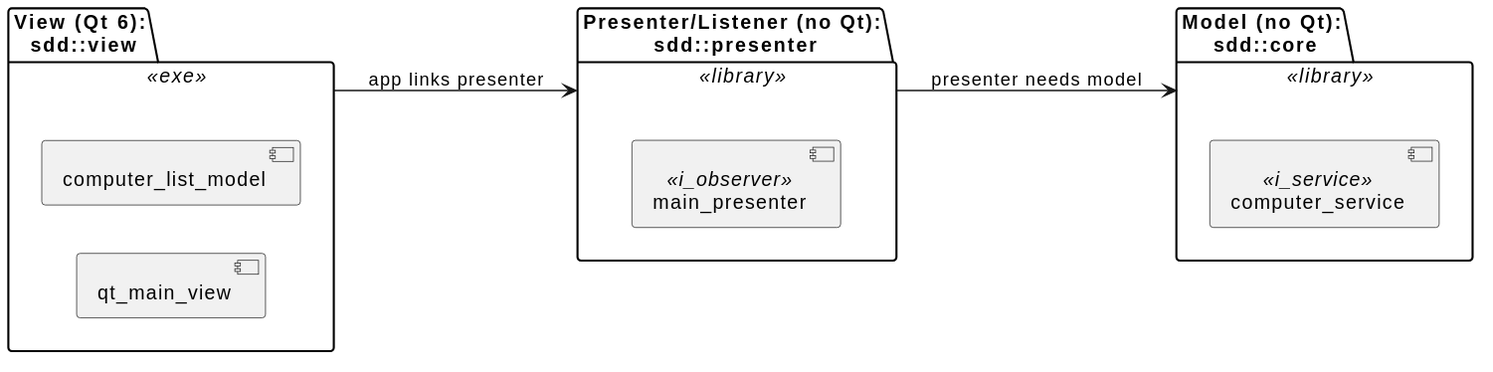
jcurl/code.research keeps this PlantUML diagram as qnx/tools/sdd-monitor/docs/assets/architecture/dependency.svg. Above is the earlier version. Source of this version:
```plantuml
@startuml
left to right direction

package M as "Model (no Qt):\n sdd::core" <<library>> {
  [computer_service] as svc <<i_service>>
}

package P as "Presenter/Listener (no Qt):\n sdd::presenter" <<library>> {
  [main_presenter] as pres <<i_observer>>
}

package V as "View (Qt 6):\n sdd::view" <<exe>> {
  [qt_main_view] as qv
  [computer_list_model] as model
}

V -d-> P : app links presenter
P -d-> M : presenter needs model
@enduml
```
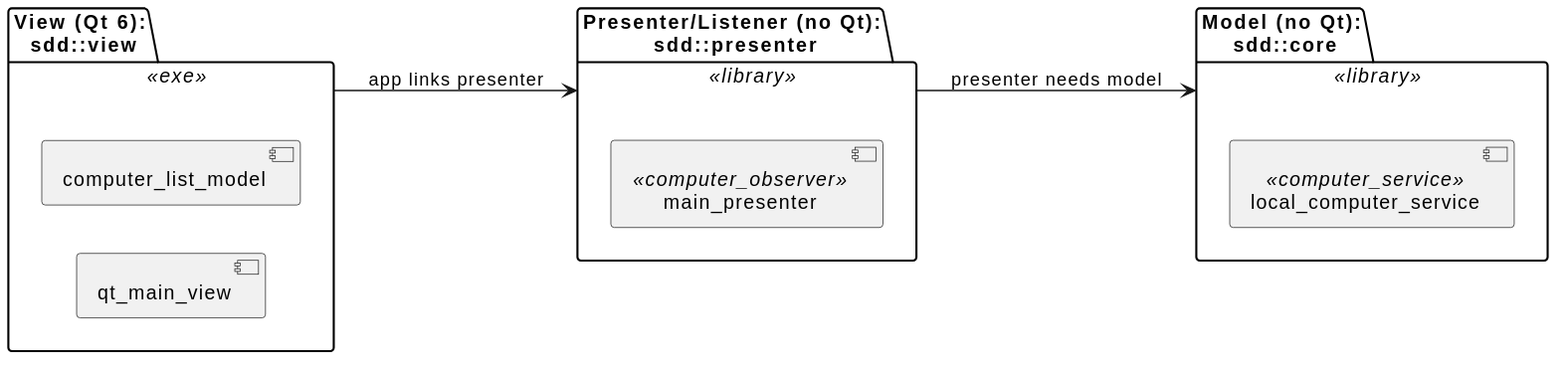
Above is the later version.

Diff of the diagram source:
```diff
@@ -2,11 +2,11 @@
 left to right direction
 
 package M as "Model (no Qt):\n sdd::core" <<library>> {
-  [computer_service] as svc <<i_service>>
+  [local_computer_service] as svc <<computer_service>>
 }
 
 package P as "Presenter/Listener (no Qt):\n sdd::presenter" <<library>> {
-  [main_presenter] as pres <<i_observer>>
+  [main_presenter] as pres <<computer_observer>>
 }
 
 package V as "View (Qt 6):\n sdd::view" <<exe>> {
```
